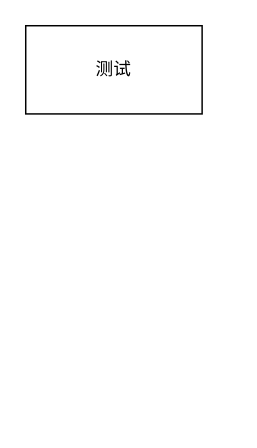
Above: 未命名绘图.drawio in 612ch/file (draw.io), before the change. Source tidied: cells renumbered, new cells numbered last; positions are measured from the earlier drawing's top-left corner, leaving out a move shared by most shapes. Both pictures are drawn from the tidied source at 147%, with x=0, y=0 at pixel (25, 25).
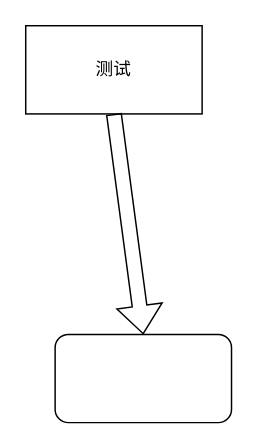
Above is the later version.

Commit message:
更新未命名绘图.drawio

Change to the diagram source:
```diff
@@
 <mxGraphModel>
   <root>
     <mxCell id="0" />
     <mxCell id="1" parent="0" />
     <mxCell id="2" value="测试" style="rounded=0;whiteSpace=wrap;html=1;" parent="1" vertex="1">
       <mxGeometry width="120" height="60" as="geometry" />
     </mxCell>
+    <mxCell id="3" style="rounded=1;whiteSpace=wrap;html=1;" parent="1" vertex="1">
+      <mxGeometry x="20" y="210" width="120" height="60" as="geometry" />
+    </mxCell>
+    <mxCell id="4" style="shape=flexArrow;endArrow=classic;html=1;rounded=0;entryX=0.5;entryY=0;entryDx=0;entryDy=0;exitX=0.5;exitY=1;exitDx=0;exitDy=0;" parent="1" edge="1" source="2" target="3">
+      <mxGeometry relative="1" as="geometry" />
+    </mxCell>
   </root>
 </mxGraphModel>
```
